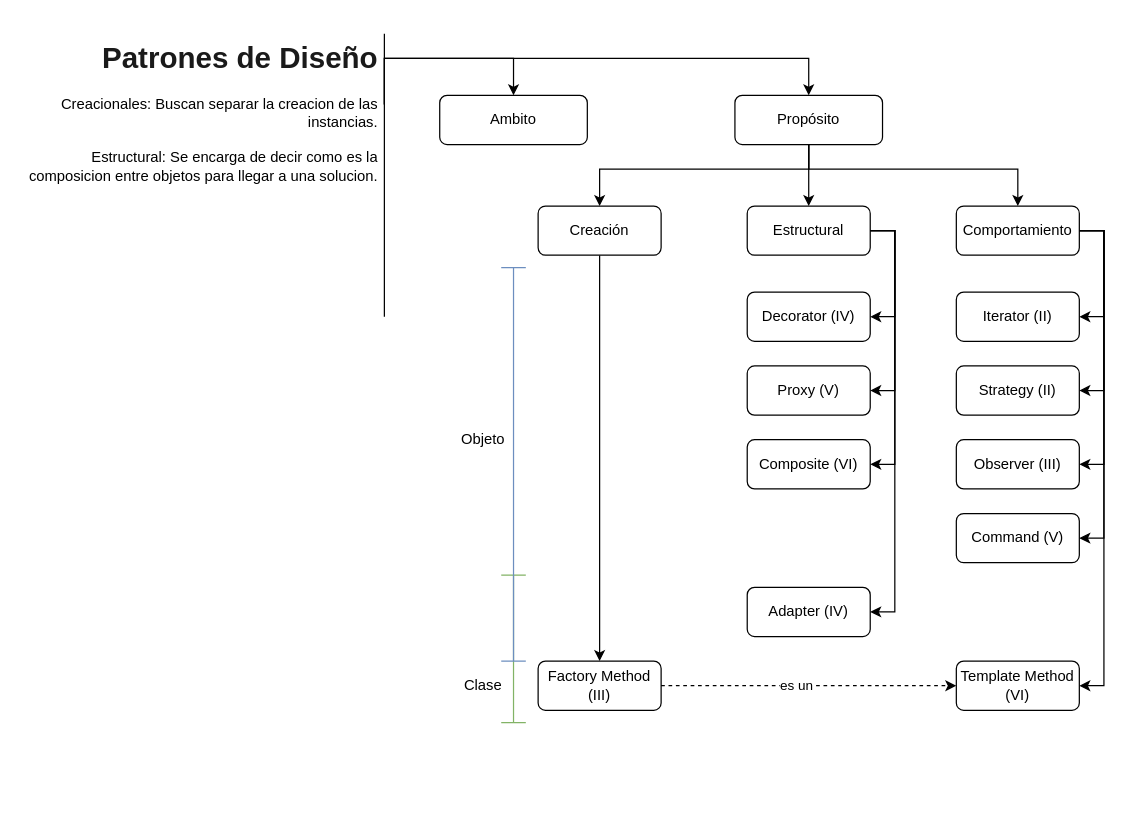
The draw.io diagram Patrones de Disenio.drawio in veroyols/I3007_patrones_de_disenio, before the edit. Source tidied: cells renumbered, new cells numbered last; positions are measured from the earlier drawing's top-left corner, leaving out a move shared by most shapes. Both pictures are drawn from the tidied source at 123%, with x=0, y=0 at pixel (21, 33).
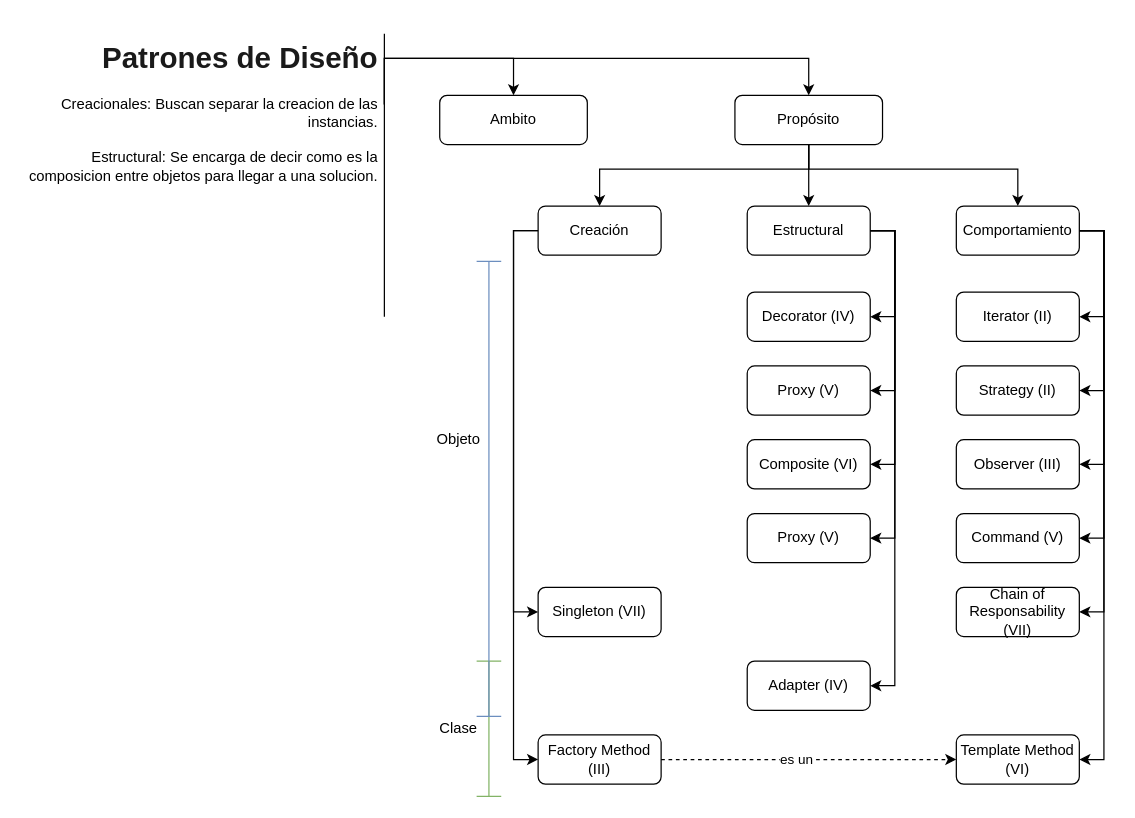
After the change.

The change refers to these unchanged cells:
```xml
<mxCell id="5" value="Creación" style="rounded=1;whiteSpace=wrap;html=1;" parent="1" vertex="1">
  <mxGeometry x="420" y="140" width="100" height="40" as="geometry" />
</mxCell>
<mxCell id="7" value="Comportamiento" style="rounded=1;whiteSpace=wrap;html=1;" parent="1" vertex="1">
  <mxGeometry x="760" y="140" width="100" height="40" as="geometry" />
</mxCell>
<mxCell id="9" value="Estructural" style="rounded=1;whiteSpace=wrap;html=1;" parent="1" vertex="1">
  <mxGeometry x="590" y="140" width="100" height="40" as="geometry" />
</mxCell>
```

The edit, as a diff of the source:
```diff
@@
-    <mxCell id="4" style="edgeStyle=orthogonalEdgeStyle;rounded=0;jettySize=auto;html=1;" parent="1" edge="1" source="5" target="22">
-      <mxGeometry relative="1" as="geometry" />
+    <mxCell id="4" style="edgeStyle=orthogonalEdgeStyle;rounded=0;jettySize=auto;html=1;entryX=0;entryY=0.5;entryDx=0;entryDy=0;" parent="1" edge="1" source="5" target="22">
+      <mxGeometry relative="1" as="geometry">
+        <Array as="points">
+          <mxPoint x="400" y="160" />
+          <mxPoint x="400" y="590" />
+        </Array>
+      </mxGeometry>
     </mxCell>
@@
     <mxCell id="22" value="Factory Method (III)" style="rounded=1;whiteSpace=wrap;html=1;" parent="1" vertex="1">
-      <mxGeometry x="420" y="510" width="100" height="40" as="geometry" />
+      <mxGeometry x="420" y="570" width="100" height="40" as="geometry" />
     </mxCell>
@@
     <mxCell id="25" value="Template Method (VI)" style="rounded=1;whiteSpace=wrap;html=1;" parent="1" vertex="1">
-      <mxGeometry x="760" y="510" width="100" height="40" as="geometry" />
+      <mxGeometry x="760" y="570" width="100" height="40" as="geometry" />
     </mxCell>
     <mxCell id="26" value="Clase" style="text;html=1;align=center;verticalAlign=middle;strokeColor=none;" parent="1" vertex="1">
-      <mxGeometry x="350" y="520" width="50" height="20" as="geometry" />
+      <mxGeometry x="330" y="555" width="50" height="20" as="geometry" />
     </mxCell>
     <mxCell id="27" value="Adapter (IV)" style="rounded=1;whiteSpace=wrap;html=1;" parent="1" vertex="1">
-      <mxGeometry x="590" y="450" width="100" height="40" as="geometry" />
+      <mxGeometry x="590" y="510" width="100" height="40" as="geometry" />
     </mxCell>
     <mxCell id="28" style="shape=crossbar;whiteSpace=wrap;html=1;rounded=1;direction=south;fillColor=#d5e8d4;strokeColor=#82b366;" parent="1" vertex="1">
-      <mxGeometry x="390" y="440" width="20" height="120" as="geometry" />
+      <mxGeometry x="370" y="510" width="20" height="110" as="geometry" />
     </mxCell>
     <mxCell id="29" style="shape=crossbar;whiteSpace=wrap;html=1;rounded=1;direction=south;fillColor=#dae8fc;strokeColor=#6c8ebf;" parent="1" vertex="1">
-      <mxGeometry x="390" y="190" width="20" height="320" as="geometry" />
+      <mxGeometry x="370" y="185" width="20" height="370" as="geometry" />
     </mxCell>
     <mxCell id="30" value="Objeto" style="text;html=1;align=center;verticalAlign=middle;strokeColor=none;" parent="1" vertex="1">
-      <mxGeometry x="350" y="320" width="50" height="20" as="geometry" />
+      <mxGeometry x="330" y="320" width="50" height="20" as="geometry" />
     </mxCell>
@@
+    <mxCell id="40" value="Proxy (V)" style="rounded=1;whiteSpace=wrap;html=1;" parent="1" vertex="1">
+      <mxGeometry x="590" y="390" width="100" height="40" as="geometry" />
+    </mxCell>
+    <mxCell id="41" style="edgeStyle=orthogonalEdgeStyle;rounded=0;jettySize=auto;html=1;exitX=1;exitY=0.5;exitDx=0;exitDy=0;entryX=1;entryY=0.5;entryDx=0;entryDy=0;" parent="1" edge="1" source="9" target="40">
+      <mxGeometry relative="1" as="geometry" />
+    </mxCell>
+    <mxCell id="42" value="Chain of Responsability (VII)" style="rounded=1;whiteSpace=wrap;html=1;" parent="1" vertex="1">
+      <mxGeometry x="760" y="450" width="100" height="40" as="geometry" />
+    </mxCell>
+    <mxCell id="43" style="edgeStyle=orthogonalEdgeStyle;rounded=0;jettySize=auto;html=1;exitX=1;exitY=0.5;exitDx=0;exitDy=0;entryX=1;entryY=0.5;entryDx=0;entryDy=0;" parent="1" edge="1" source="7" target="42">
+      <mxGeometry relative="1" as="geometry" />
+    </mxCell>
+    <mxCell id="44" value="Singleton (VII)" style="rounded=1;whiteSpace=wrap;html=1;" parent="1" vertex="1">
+      <mxGeometry x="420" y="450" width="100" height="40" as="geometry" />
+    </mxCell>
+    <mxCell id="45" style="edgeStyle=orthogonalEdgeStyle;rounded=0;jettySize=auto;html=1;entryX=0;entryY=0.5;entryDx=0;entryDy=0;" parent="1" edge="1" source="5" target="44">
+      <mxGeometry relative="1" as="geometry">
+        <Array as="points">
+          <mxPoint x="400" y="160" />
+          <mxPoint x="400" y="470" />
+        </Array>
+      </mxGeometry>
+    </mxCell>
```
